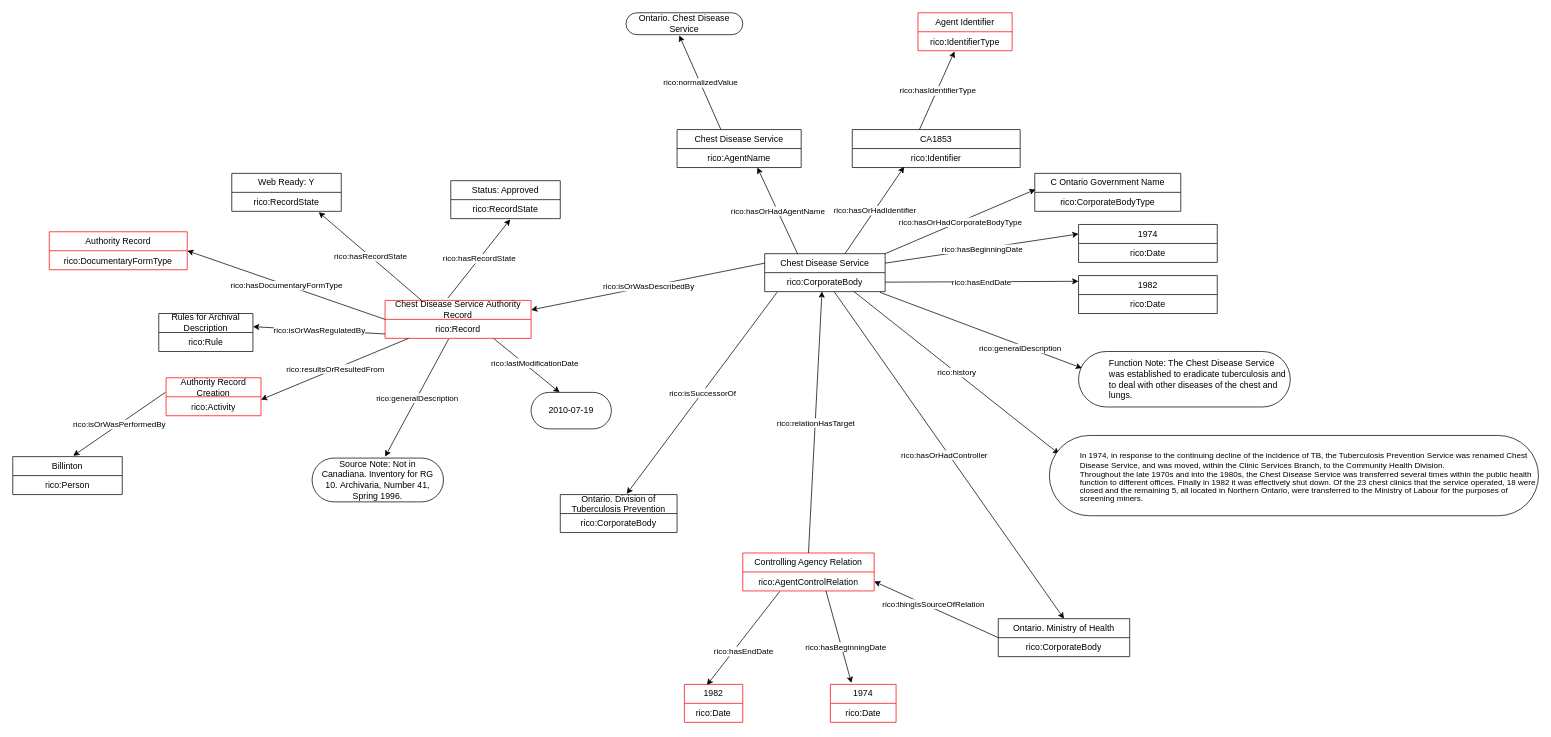
Earlier version of the draw.io diagram gbad/CA/1853/CA1853 Chest Disease Service.drawio (williamsonrichard/records_in_contexts_draw_io_parser). Source tidied: cells renumbered, new cells numbered last; positions are measured from the earlier drawing's top-left corner, leaving out a move shared by most shapes. Both pictures are drawn from the tidied source at 73%, with x=0, y=0 at pixel (12, 12).
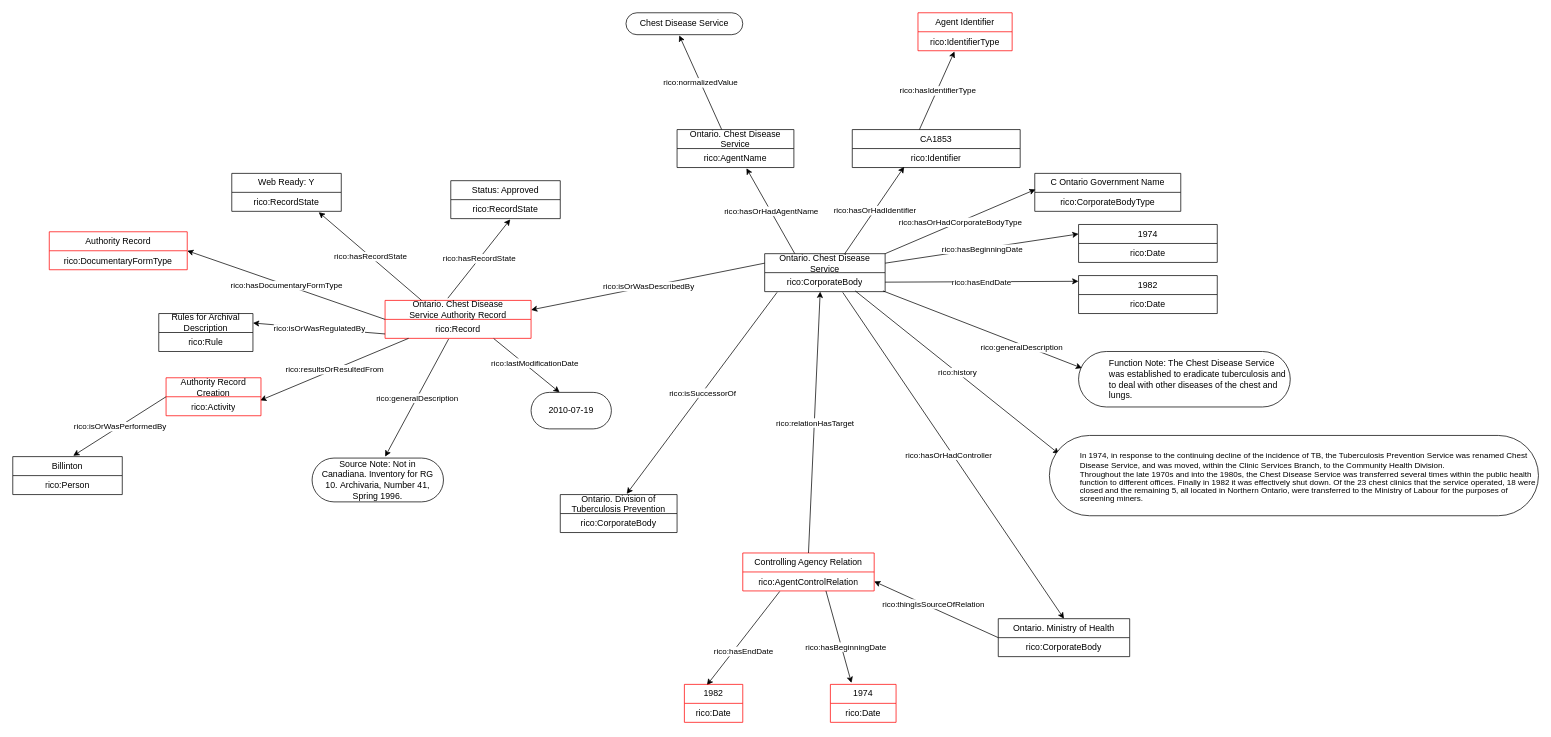
The same diagram, later.

Unchanged cells that the change refers to:
```xml
<mxCell id="6" value="rico:Identifier&lt;div&gt;&lt;br&gt;&lt;/div&gt;" style="text;strokeColor=none;fillColor=none;align=center;verticalAlign=top;spacingLeft=4;spacingRight=4;overflow=hidden;points=[[0,0.5],[1,0.5]];portConstraint=eastwest;whiteSpace=wrap;html=1;" parent="5" vertex="1">
  <mxGeometry y="26" width="230" height="26" as="geometry" />
</mxCell>
<mxCell id="31" value="&lt;blockquote style=&quot;margin: 0 0 0 40px; border: none; padding: 0px;&quot;&gt;&lt;span style=&quot;font-size: 11px; background-color: initial;&quot;&gt;In 1974, in response to the continuing decline of the incidence of TB, the Tuberculosis Prevention Service was renamed Chest Disease Service, and was moved, within the Clinic Services Branch, to the Community Health Division.&lt;/span&gt;&lt;br&gt;&lt;div style=&quot;line-height: 90%;&quot;&gt;&lt;span style=&quot;font-size: 11px;&quot;&gt;Throughout the late 1970s and into the 1980s, the Chest Disease Service was transferred several times within the public health function to different offices. Finally in 1982 it was effectively shut down. Of the 23 chest clinics that the service operated, 18 were closed and the remaining 5, all located in Northern Ontario, were transferred to the Ministry of Labour for the purposes of screening miners.&lt;/span&gt;&lt;br&gt;&lt;/div&gt;&lt;/blockquote&gt;" style="html=1;whiteSpace=wrap;rounded=1;arcSize=50;align=left;" parent="1" vertex="1">
  <mxGeometry x="1420" y="579" width="670" height="110" as="geometry" />
</mxCell>
<mxCell id="35" value="rico:Record" style="text;strokeColor=none;fillColor=none;align=center;verticalAlign=top;spacingLeft=4;spacingRight=4;overflow=hidden;points=[[0,0.5],[1,0.5]];portConstraint=eastwest;whiteSpace=wrap;html=1;" parent="34" vertex="1">
  <mxGeometry y="26" width="200" height="26" as="geometry" />
</mxCell>
<mxCell id="44" value="Rules for Archival Description" style="swimlane;fontStyle=0;horizontal=1;startSize=26;fillColor=none;whiteSpace=wrap;html=1;" parent="1" vertex="1">
  <mxGeometry x="200" y="412" width="129" height="52" as="geometry" />
</mxCell>
<mxCell id="48" value="Authority Record Creation" style="swimlane;fontStyle=0;horizontal=1;startSize=26;fillColor=none;whiteSpace=wrap;html=1;strokeColor=#FF0000;" parent="1" vertex="1">
  <mxGeometry x="210" y="500" width="130" height="52" as="geometry" />
</mxCell>
<mxCell id="49" value="rico:Activity" style="text;strokeColor=none;fillColor=none;align=center;verticalAlign=top;spacingLeft=4;spacingRight=4;overflow=hidden;points=[[0,0.5],[1,0.5]];portConstraint=eastwest;whiteSpace=wrap;html=1;" parent="48" vertex="1">
  <mxGeometry y="26" width="130" height="26" as="geometry" />
</mxCell>
<mxCell id="52" value="Billinton" style="swimlane;fontStyle=0;horizontal=1;startSize=26;fillColor=none;whiteSpace=wrap;html=1;" parent="1" vertex="1">
  <mxGeometry y="608" width="150" height="52" as="geometry" />
</mxCell>
<mxCell id="57" value="Controlling Agency Relation" style="swimlane;fontStyle=0;horizontal=1;startSize=26;fillColor=none;whiteSpace=wrap;html=1;strokeColor=#FF0000;" parent="1" vertex="1">
  <mxGeometry x="1000" y="740" width="180" height="52" as="geometry" />
</mxCell>
<mxCell id="79" value="&lt;blockquote style=&quot;margin: 0 0 0 40px; border: none; padding: 0px;&quot;&gt;Function Note: The Chest Disease Service was established to eradicate tuberculosis and to deal with other diseases of the chest and lungs.&lt;/blockquote&gt;" style="html=1;whiteSpace=wrap;rounded=1;arcSize=50;align=left;" parent="1" vertex="1">
  <mxGeometry x="1460" y="464" width="290" height="76" as="geometry" />
</mxCell>
<mxCell id="83" value="rico:CorporateBody" style="text;strokeColor=none;fillColor=none;align=center;verticalAlign=top;spacingLeft=4;spacingRight=4;overflow=hidden;points=[[0,0.5],[1,0.5]];portConstraint=eastwest;whiteSpace=wrap;html=1;" parent="82" vertex="1">
  <mxGeometry y="26" width="165" height="26" as="geometry" />
</mxCell>
<mxCell id="84" value="Ontario. Ministry of Health" style="swimlane;fontStyle=0;horizontal=1;startSize=26;fillColor=none;whiteSpace=wrap;html=1;strokeColor=#000000;" parent="1" vertex="1">
  <mxGeometry x="1350" y="830" width="180" height="52" as="geometry" />
</mxCell>
```

What changed in the source:
```diff
@@
-    <mxCell id="2" style="endArrow=classic;html=1;rounded=0;entryX=0.456;entryY=1.033;entryDx=0;entryDy=0;entryPerimeter=0;" parent="1" edge="1" target="4">
-      <mxGeometry relative="1" as="geometry">
-        <mxPoint x="970" y="160" as="sourcePoint" />
-      </mxGeometry>
+    <mxCell id="2" style="endArrow=classic;html=1;rounded=0;entryX=0.456;entryY=1.033;entryDx=0;entryDy=0;entryPerimeter=0;exitX=0.382;exitY=0;exitDx=0;exitDy=0;exitPerimeter=0;" parent="1" edge="1" source="13" target="4">
+      <mxGeometry relative="1" as="geometry" />
     </mxCell>
@@
-    <mxCell id="4" value="Ontario. Chest Disease Service" style="html=1;whiteSpace=wrap;rounded=1;arcSize=50;strokeColor=#000000;" parent="1" vertex="1">
+    <mxCell id="4" value="Chest Disease Service" style="html=1;whiteSpace=wrap;rounded=1;arcSize=50;strokeColor=#000000;" parent="1" vertex="1">
       <mxGeometry x="840" width="160" height="30" as="geometry" />
     </mxCell>
@@
-    <mxCell id="7" style="endArrow=classic;html=1;rounded=0;entryX=0.309;entryY=0.962;entryDx=0;entryDy=0;entryPerimeter=0;" parent="1" edge="1" target="6">
-      <mxGeometry relative="1" as="geometry">
-        <mxPoint x="1140" y="330" as="sourcePoint" />
-      </mxGeometry>
+    <mxCell id="7" style="endArrow=classic;html=1;rounded=0;entryX=0.309;entryY=0.962;entryDx=0;entryDy=0;entryPerimeter=0;exitX=0.661;exitY=0.019;exitDx=0;exitDy=0;exitPerimeter=0;" parent="1" edge="1" source="82" target="6">
+      <mxGeometry relative="1" as="geometry" />
     </mxCell>
@@
-    <mxCell id="13" value="Chest Disease Service" style="swimlane;fontStyle=0;horizontal=1;startSize=26;fillColor=none;whiteSpace=wrap;html=1;strokeColor=#000000;" parent="1" vertex="1">
-      <mxGeometry x="910" y="160" width="170" height="52" as="geometry" />
+    <mxCell id="13" value="Ontario. Chest Disease Service" style="swimlane;fontStyle=0;horizontal=1;startSize=26;fillColor=none;whiteSpace=wrap;html=1;strokeColor=#000000;" parent="1" vertex="1">
+      <mxGeometry x="910" y="160" width="160" height="52" as="geometry" />
     </mxCell>
     <mxCell id="14" value="rico:AgentName&lt;div&gt;&lt;br&gt;&lt;/div&gt;" style="text;strokeColor=none;fillColor=none;align=center;verticalAlign=top;spacingLeft=4;spacingRight=4;overflow=hidden;points=[[0,0.5],[1,0.5]];portConstraint=eastwest;whiteSpace=wrap;html=1;" parent="13" vertex="1">
-      <mxGeometry y="26" width="170" height="26" as="geometry" />
+      <mxGeometry y="26" width="160" height="26" as="geometry" />
     </mxCell>
-    <mxCell id="15" style="endArrow=classic;html=1;rounded=0;exitX=0.25;exitY=0;exitDx=0;exitDy=0;" parent="1" edge="1">
-      <mxGeometry relative="1" as="geometry">
-        <mxPoint x="1075" y="330" as="sourcePoint" />
-        <mxPoint x="1020" y="212" as="targetPoint" />
-      </mxGeometry>
+    <mxCell id="15" style="endArrow=classic;html=1;rounded=0;exitX=0.25;exitY=0;exitDx=0;exitDy=0;entryX=0.594;entryY=1.038;entryDx=0;entryDy=0;entryPerimeter=0;" parent="1" edge="1" source="82" target="14">
+      <mxGeometry relative="1" as="geometry" />
     </mxCell>
@@
-    <mxCell id="29" style="endArrow=classic;html=1;rounded=0;exitX=0.678;exitY=0.987;exitDx=0;exitDy=0;exitPerimeter=0;entryX=0.02;entryY=0.231;entryDx=0;entryDy=0;entryPerimeter=0;" parent="1" edge="1" target="31">
-      <mxGeometry relative="1" as="geometry">
-        <mxPoint x="1152" y="381.7" as="sourcePoint" />
-      </mxGeometry>
+    <mxCell id="29" style="endArrow=classic;html=1;rounded=0;exitX=0.752;exitY=0.962;exitDx=0;exitDy=0;exitPerimeter=0;entryX=0.02;entryY=0.231;entryDx=0;entryDy=0;entryPerimeter=0;" parent="1" edge="1" source="83" target="31">
+      <mxGeometry relative="1" as="geometry" />
     </mxCell>
@@
-    <mxCell id="32" style="endArrow=classic;html=1;rounded=0;exitX=0.53;exitY=1.013;exitDx=0;exitDy=0;exitPerimeter=0;entryX=0.5;entryY=0;entryDx=0;entryDy=0;" parent="1" edge="1" target="84">
-      <mxGeometry relative="1" as="geometry">
-        <mxPoint x="1125.4" y="382.3" as="sourcePoint" />
-      </mxGeometry>
+    <mxCell id="32" style="endArrow=classic;html=1;rounded=0;entryX=0.5;entryY=0;entryDx=0;entryDy=0;exitX=0.648;exitY=1.038;exitDx=0;exitDy=0;exitPerimeter=0;" parent="1" edge="1" source="83" target="84">
+      <mxGeometry relative="1" as="geometry" />
     </mxCell>
@@
-    <mxCell id="34" value="Chest Disease Service&amp;nbsp;Authority Record" style="swimlane;fontStyle=0;horizontal=1;startSize=26;fillColor=none;whiteSpace=wrap;html=1;strokeColor=#FF0000;" parent="1" vertex="1">
+    <mxCell id="34" value="Ontario. Chest Disease Service&amp;nbsp;Authority Record" style="swimlane;fontStyle=0;horizontal=1;startSize=26;fillColor=none;whiteSpace=wrap;html=1;strokeColor=#FF0000;" parent="1" vertex="1">
       <mxGeometry x="510" y="394" width="200" height="52" as="geometry" />
     </mxCell>
@@
-    <mxCell id="36" style="endArrow=classic;html=1;rounded=0;exitX=0;exitY=0.25;exitDx=0;exitDy=0;entryX=1;entryY=0.25;entryDx=0;entryDy=0;" parent="1" edge="1" target="34">
-      <mxGeometry relative="1" as="geometry">
-        <mxPoint x="1030" y="343" as="sourcePoint" />
-      </mxGeometry>
+    <mxCell id="36" style="endArrow=classic;html=1;rounded=0;exitX=0;exitY=0.25;exitDx=0;exitDy=0;entryX=1;entryY=0.25;entryDx=0;entryDy=0;" parent="1" edge="1" source="82" target="34">
+      <mxGeometry relative="1" as="geometry" />
     </mxCell>
@@
-    <mxCell id="42" style="endArrow=classic;html=1;rounded=0;exitX=0;exitY=0.769;exitDx=0;exitDy=0;exitPerimeter=0;" parent="1" edge="1" source="35">
-      <mxGeometry relative="1" as="geometry">
-        <mxPoint x="329" y="430" as="targetPoint" />
-      </mxGeometry>
+    <mxCell id="42" style="endArrow=classic;html=1;rounded=0;exitX=0;exitY=0.769;exitDx=0;exitDy=0;exitPerimeter=0;entryX=1;entryY=0.25;entryDx=0;entryDy=0;" parent="1" edge="1" source="35" target="44">
+      <mxGeometry relative="1" as="geometry" />
     </mxCell>
@@
-    <mxCell id="46" style="endArrow=classic;html=1;rounded=0;exitX=0.161;exitY=1;exitDx=0;exitDy=0;exitPerimeter=0;" parent="1" edge="1" source="35">
-      <mxGeometry relative="1" as="geometry">
-        <mxPoint x="340" y="530" as="targetPoint" />
-      </mxGeometry>
+    <mxCell id="46" style="endArrow=classic;html=1;rounded=0;exitX=0.161;exitY=1;exitDx=0;exitDy=0;exitPerimeter=0;entryX=0.992;entryY=0.192;entryDx=0;entryDy=0;entryPerimeter=0;" parent="1" edge="1" source="35" target="49">
+      <mxGeometry relative="1" as="geometry" />
     </mxCell>
@@
-    <mxCell id="50" style="endArrow=classic;html=1;rounded=0;entryX=0.552;entryY=-0.022;entryDx=0;entryDy=0;entryPerimeter=0;" parent="1" edge="1" target="52">
-      <mxGeometry relative="1" as="geometry">
-        <mxPoint x="209" y="520" as="sourcePoint" />
-      </mxGeometry>
+    <mxCell id="50" style="endArrow=classic;html=1;rounded=0;entryX=0.552;entryY=-0.022;entryDx=0;entryDy=0;entryPerimeter=0;exitX=0;exitY=0.5;exitDx=0;exitDy=0;" parent="1" edge="1" source="48" target="52">
+      <mxGeometry relative="1" as="geometry" />
     </mxCell>
@@
-    <mxCell id="61" style="endArrow=classic;html=1;rounded=0;entryX=0.436;entryY=0.99;entryDx=0;entryDy=0;entryPerimeter=0;exitX=0.5;exitY=0;exitDx=0;exitDy=0;" parent="1" edge="1" source="57">
-      <mxGeometry relative="1" as="geometry">
-        <mxPoint x="1108.5" y="381.7" as="targetPoint" />
-      </mxGeometry>
+    <mxCell id="61" style="endArrow=classic;html=1;rounded=0;exitX=0.5;exitY=0;exitDx=0;exitDy=0;entryX=0.461;entryY=1;entryDx=0;entryDy=0;entryPerimeter=0;" parent="1" edge="1" source="57" target="83">
+      <mxGeometry relative="1" as="geometry" />
     </mxCell>
@@
-    <mxCell id="80" style="endArrow=classic;html=1;rounded=0;exitX=0.878;exitY=1.038;exitDx=0;exitDy=0;exitPerimeter=0;entryX=0.016;entryY=0.3;entryDx=0;entryDy=0;entryPerimeter=0;" parent="1" edge="1" target="79">
-      <mxGeometry relative="1" as="geometry">
-        <mxPoint x="1188" y="383" as="sourcePoint" />
-      </mxGeometry>
+    <mxCell id="80" style="endArrow=classic;html=1;rounded=0;entryX=0.016;entryY=0.3;entryDx=0;entryDy=0;entryPerimeter=0;exitX=0.982;exitY=0.962;exitDx=0;exitDy=0;exitPerimeter=0;" parent="1" edge="1" source="83" target="79">
+      <mxGeometry relative="1" as="geometry" />
     </mxCell>
@@
-    <mxCell id="82" value="Chest Disease Service" style="swimlane;fontStyle=0;horizontal=1;startSize=26;fillColor=none;whiteSpace=wrap;html=1;" parent="1" vertex="1">
+    <mxCell id="82" value="Ontario. Chest Disease Service" style="swimlane;fontStyle=0;horizontal=1;startSize=26;fillColor=none;whiteSpace=wrap;html=1;" parent="1" vertex="1">
       <mxGeometry x="1030" y="330" width="165" height="52" as="geometry" />
     </mxCell>
```
